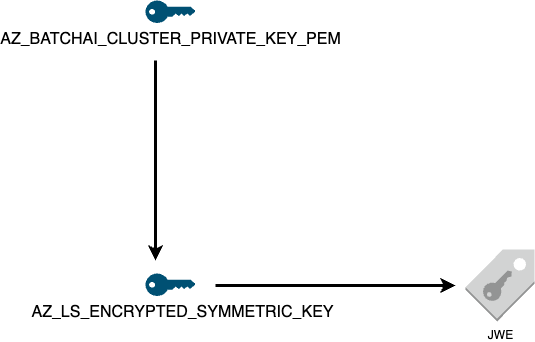
Before: assets/images/AZML/key_decryption.png, a diagram exported from draw.io (xybytes/xybytes.github.io). Source tidied: cells renumbered, new cells last; positions are measured from the earlier drawing's top-left corner, leaving out a move shared by most shapes.
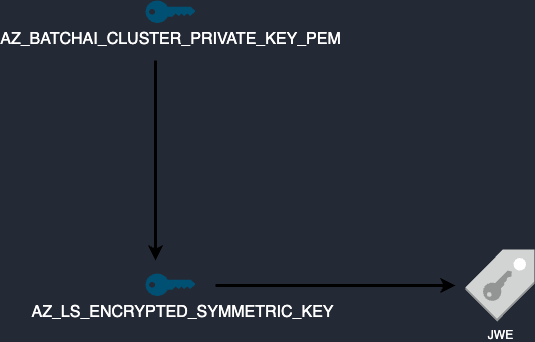
Later version of the same file.

What changed in the source:
```diff
@@ -1,4 +1,4 @@
-<mxGraphModel background="#FFFFFF">
+<mxGraphModel background="#242A35">
   <root>
     <mxCell id="0" />
     <mxCell id="1" parent="0" />
@@ -8,10 +8,10 @@
         <mxPoint x="310" y="285" as="targetPoint" />
       </mxGeometry>
     </mxCell>
-    <mxCell id="3" value="&lt;p style=&quot;margin: 0cm 0cm 0cm 36pt; font-size: 12pt; font-family: Aptos, sans-serif; text-wrap: wrap; text-align: justify; text-indent: -18pt;&quot; class=&quot;MsoListParagraph&quot;&gt;&lt;span lang=&quot;EN-US&quot;&gt;&lt;font style=&quot;color: rgb(0, 0, 0);&quot;&gt;AZ_LS_ENCRYPTED_SYMMETRIC_KEY&lt;/font&gt;&lt;/span&gt;&lt;/p&gt;" style="verticalLabelPosition=bottom;sketch=0;html=1;verticalAlign=top;align=center;shape=mxgraph.cisco19.key;fillColor=#005073;strokeColor=none;" parent="1" vertex="1">
+    <mxCell id="3" value="&lt;p style=&quot;margin: 0cm 0cm 0cm 36pt; font-size: 12pt; font-family: Aptos, sans-serif; text-wrap: wrap; text-align: justify; text-indent: -18pt;&quot; class=&quot;MsoListParagraph&quot;&gt;&lt;span lang=&quot;EN-US&quot;&gt;&lt;font style=&quot;color: rgb(255, 255, 255);&quot;&gt;AZ_LS_ENCRYPTED_SYMMETRIC_KEY&lt;/font&gt;&lt;/span&gt;&lt;/p&gt;" style="verticalLabelPosition=bottom;sketch=0;html=1;verticalAlign=top;align=center;shape=mxgraph.cisco19.key;fillColor=#005073;strokeColor=none;" parent="1" vertex="1">
       <mxGeometry y="273" width="50" height="22.5" as="geometry" />
     </mxCell>
-    <mxCell id="4" value="&lt;span style=&quot;text-align: start; text-wrap: wrap; font-size: 12pt; font-family: Aptos, sans-serif;&quot; lang=&quot;EN-US&quot;&gt;&lt;font style=&quot;color: rgb(0, 0, 0);&quot;&gt;AZ_BATCHAI_CLUSTER_PRIVATE_KEY_PEM&lt;/font&gt;&lt;/span&gt;&lt;span style=&quot;font-size: medium; text-align: start; text-wrap: wrap;&quot;&gt;&lt;/span&gt;" style="verticalLabelPosition=bottom;sketch=0;html=1;verticalAlign=top;align=center;shape=mxgraph.cisco19.key;fillColor=#005073;strokeColor=none;" parent="1" vertex="1">
+    <mxCell id="4" value="&lt;span style=&quot;text-align: start; text-wrap: wrap; font-size: 12pt; font-family: Aptos, sans-serif;&quot; lang=&quot;EN-US&quot;&gt;&lt;font style=&quot;color: rgb(255, 255, 255);&quot;&gt;AZ_BATCHAI_CLUSTER_PRIVATE_KEY_PEM&lt;/font&gt;&lt;/span&gt;&lt;span style=&quot;font-size: medium; text-align: start; text-wrap: wrap;&quot;&gt;&lt;/span&gt;" style="verticalLabelPosition=bottom;sketch=0;html=1;verticalAlign=top;align=center;shape=mxgraph.cisco19.key;fillColor=#005073;strokeColor=none;" parent="1" vertex="1">
       <mxGeometry width="50" height="22.5" as="geometry" />
     </mxCell>
     <mxCell id="5" style="endArrow=classic;html=1;rounded=0;strokeWidth=3;strokeColor=#000000;" parent="1" edge="1">
@@ -20,7 +20,7 @@
         <mxPoint x="10" y="260" as="targetPoint" />
       </mxGeometry>
     </mxCell>
-    <mxCell id="6" value="&lt;font style=&quot;color: rgb(0, 0, 0);&quot;&gt;JWE&lt;/font&gt;" style="dashed=0;verticalLabelPosition=bottom;verticalAlign=top;align=center;html=1;shape=mxgraph.aws3.saml_token;fillColor=#D2D3D3;gradientColor=none;" parent="1" vertex="1">
+    <mxCell id="6" value="&lt;font style=&quot;color: rgb(255, 255, 255);&quot;&gt;JWE&lt;/font&gt;" style="dashed=0;verticalLabelPosition=bottom;verticalAlign=top;align=center;html=1;shape=mxgraph.aws3.saml_token;fillColor=#D2D3D3;gradientColor=none;" parent="1" vertex="1">
       <mxGeometry x="320" y="249" width="69" height="72" as="geometry" />
     </mxCell>
   </root>
```
